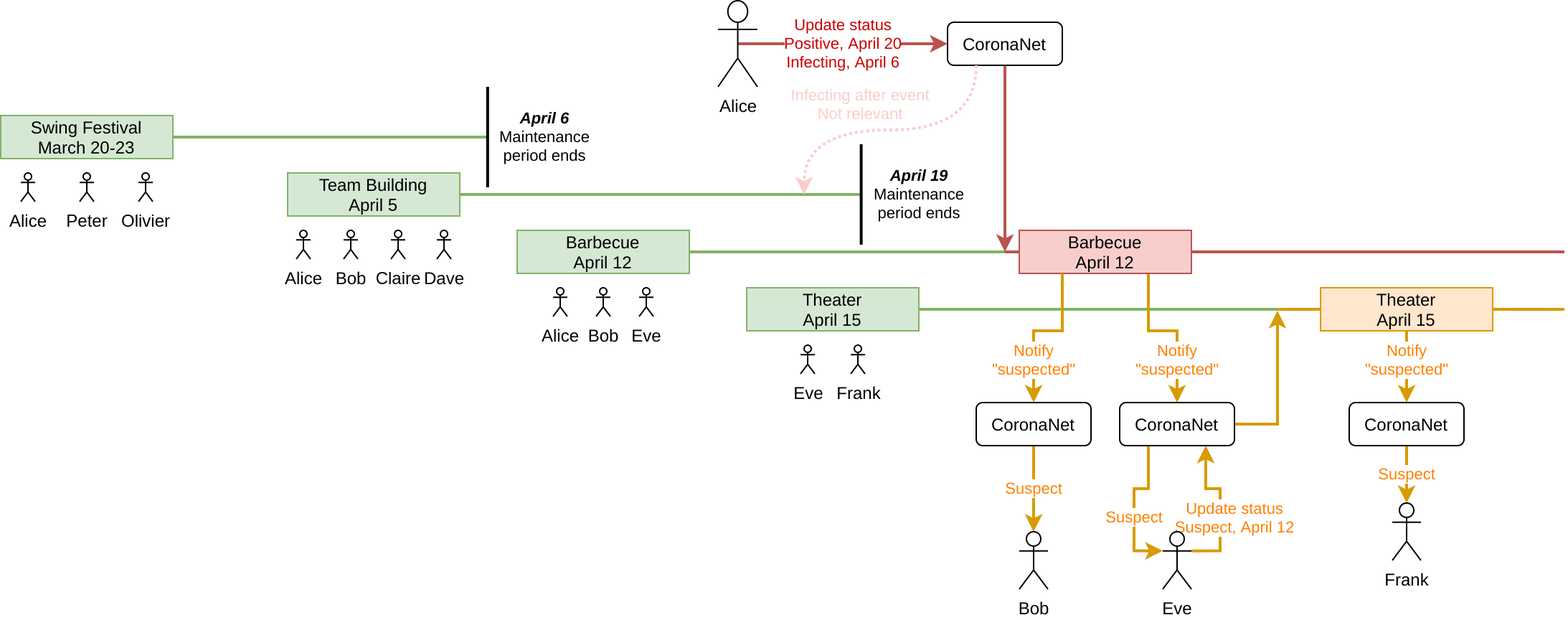
This is spec/images/events_cascade.png from coronanet/go-coronanet, a draw.io export, as it was before one commit. Source tidied: cells renumbered, new cells last; positions are measured from the earlier drawing's top-left corner, leaving out a move shared by most shapes.
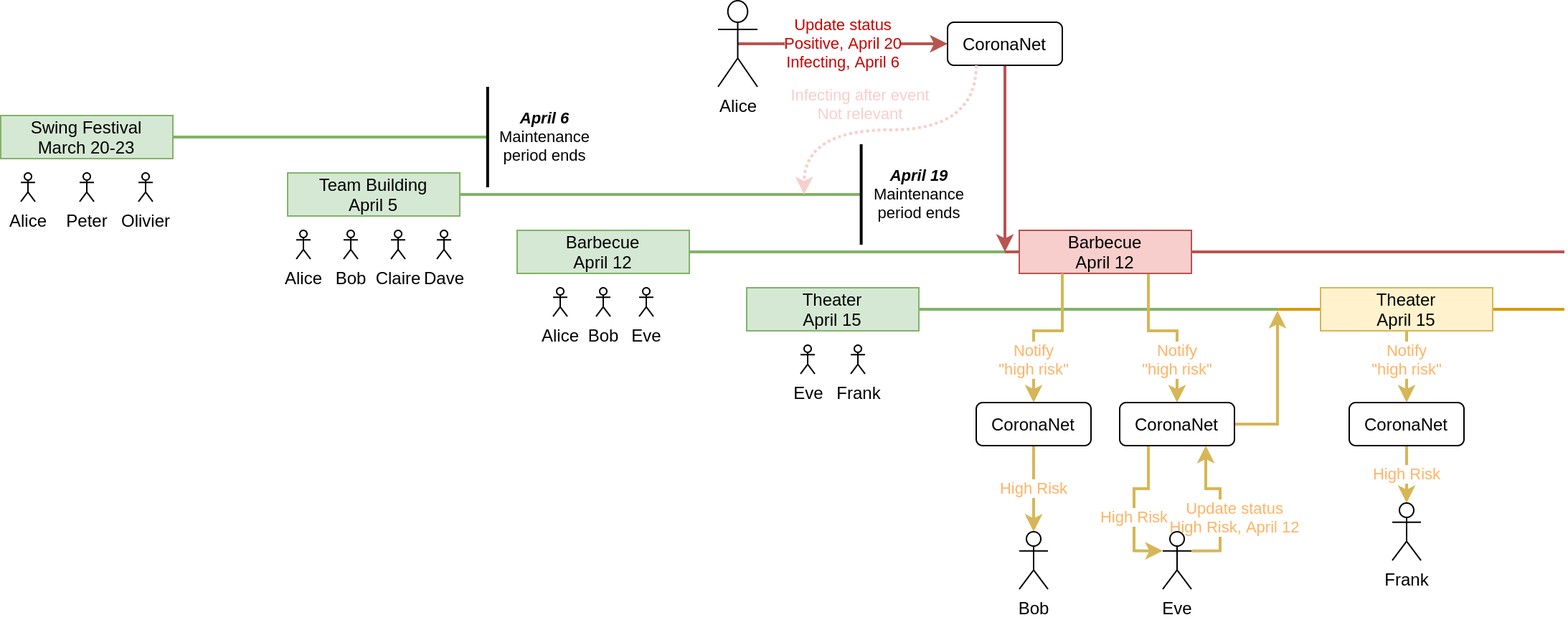
After the commit.

Change to the diagram source:
```diff
@@ -20,26 +20,26 @@
     <mxCell id="7" value="Theater&lt;br&gt;April 15" style="rounded=0;whiteSpace=wrap;html=1;fillColor=#d5e8d4;strokeColor=#82b366;" parent="1" vertex="1">
       <mxGeometry x="520" y="200" width="120" height="30" as="geometry" />
     </mxCell>
-    <mxCell id="8" style="endArrow=none;html=1;exitX=1;exitY=0.5;exitDx=0;exitDy=0;fillColor=#d5e8d4;strokeColor=#82b366;strokeWidth=2;" parent="1" edge="1" source="5">
-      <mxGeometry relative="1" as="geometry">
-        <mxPoint x="340" y="95" as="targetPoint" />
-      </mxGeometry>
-    </mxCell>
-    <mxCell id="9" style="endArrow=none;html=1;exitX=1;exitY=0.5;exitDx=0;exitDy=0;fillColor=#d5e8d4;strokeColor=#82b366;strokeWidth=2;" parent="1" edge="1" source="6">
-      <mxGeometry relative="1" as="geometry">
-        <mxPoint x="600" y="135" as="targetPoint" />
-      </mxGeometry>
-    </mxCell>
-    <mxCell id="10" style="endArrow=none;html=1;exitX=1;exitY=0.5;exitDx=0;exitDy=0;fillColor=#d5e8d4;strokeColor=#82b366;strokeWidth=2;" parent="1" edge="1" source="4">
-      <mxGeometry relative="1" as="geometry">
-        <mxPoint x="700" y="175" as="targetPoint" />
-      </mxGeometry>
-    </mxCell>
-    <mxCell id="11" style="endArrow=none;html=1;exitX=1;exitY=0.5;exitDx=0;exitDy=0;fillColor=#d5e8d4;strokeColor=#82b366;strokeWidth=2;" parent="1" edge="1" source="7">
-      <mxGeometry relative="1" as="geometry">
-        <mxPoint x="890" y="215" as="targetPoint" />
-      </mxGeometry>
-    </mxCell>
+    <mxCell id="49" style="endArrow=none;html=1;exitX=1;exitY=0.5;exitDx=0;exitDy=0;fillColor=#d5e8d4;strokeColor=#82b366;strokeWidth=2;" parent="1" edge="1" source="5">
+      <mxGeometry relative="1" as="geometry">
+        <mxPoint x="340" y="95" as="targetPoint" />
+      </mxGeometry>
+    </mxCell>
+    <mxCell id="50" style="endArrow=none;html=1;exitX=1;exitY=0.5;exitDx=0;exitDy=0;fillColor=#d5e8d4;strokeColor=#82b366;strokeWidth=2;" parent="1" edge="1" source="6">
+      <mxGeometry relative="1" as="geometry">
+        <mxPoint x="600" y="135" as="targetPoint" />
+      </mxGeometry>
+    </mxCell>
+    <mxCell id="51" style="endArrow=none;html=1;exitX=1;exitY=0.5;exitDx=0;exitDy=0;fillColor=#d5e8d4;strokeColor=#82b366;strokeWidth=2;" parent="1" edge="1" source="4">
+      <mxGeometry relative="1" as="geometry">
+        <mxPoint x="700" y="175" as="targetPoint" />
+      </mxGeometry>
+    </mxCell>
+    <mxCell id="52" style="endArrow=none;html=1;exitX=1;exitY=0.5;exitDx=0;exitDy=0;fillColor=#d5e8d4;strokeColor=#82b366;strokeWidth=2;" parent="1" edge="1" source="7">
+      <mxGeometry relative="1" as="geometry">
+        <mxPoint x="890" y="215" as="targetPoint" />
+      </mxGeometry>
+    </mxCell>
     <mxCell id="12" value="Alice" style="shape=umlActor;verticalLabelPosition=bottom;labelBackgroundColor=#ffffff;verticalAlign=top;html=1;" parent="1" vertex="1">
       <mxGeometry x="206" y="160" width="10" height="20" as="geometry" />
     </mxCell>
@@ -76,25 +76,25 @@
     <mxCell id="23" value="Alice" style="shape=umlActor;verticalLabelPosition=bottom;labelBackgroundColor=#ffffff;verticalAlign=top;html=1;outlineConnect=0;" parent="1" vertex="1">
       <mxGeometry x="500" width="27.5" height="60" as="geometry" />
     </mxCell>
-    <mxCell id="24" style="edgeStyle=orthogonalEdgeStyle;rounded=0;jettySize=auto;html=1;exitX=0.5;exitY=1;exitDx=0;exitDy=0;strokeWidth=2;fontColor=#FF8000;fillColor=#f8cecc;strokeColor=#b85450;" parent="1" edge="1" source="25">
-      <mxGeometry relative="1" as="geometry">
-        <mxPoint x="700" y="175" as="targetPoint" />
-      </mxGeometry>
-    </mxCell>
+    <mxCell id="53" style="edgeStyle=orthogonalEdgeStyle;rounded=0;jettySize=auto;html=1;exitX=0.5;exitY=1;exitDx=0;exitDy=0;strokeWidth=2;fontColor=#FF8000;fillColor=#f8cecc;strokeColor=#b85450;" parent="1" edge="1" source="25">
+      <mxGeometry relative="1" as="geometry">
+        <mxPoint x="700" y="175" as="targetPoint" />
+      </mxGeometry>
+    </mxCell>
     <mxCell id="25" value="CoronaNet" style="rounded=1;whiteSpace=wrap;html=1;" parent="1" vertex="1">
       <mxGeometry x="660" y="15" width="80" height="30" as="geometry" />
     </mxCell>
-    <mxCell id="26" style="edgeStyle=orthogonalEdgeStyle;rounded=0;jettySize=auto;html=1;exitX=0;exitY=0.5;exitDx=0;exitDy=0;strokeWidth=2;fontColor=#FF8000;fillColor=#f8cecc;strokeColor=#b85450;endArrow=none;endFill=0;" parent="1" edge="1" source="29">
-      <mxGeometry relative="1" as="geometry">
-        <mxPoint x="700" y="175" as="targetPoint" />
-      </mxGeometry>
-    </mxCell>
-    <mxCell id="27" style="edgeStyle=orthogonalEdgeStyle;rounded=0;jettySize=auto;html=1;exitX=1;exitY=0.5;exitDx=0;exitDy=0;endArrow=none;endFill=0;strokeWidth=2;fontColor=#FF8000;fillColor=#f8cecc;strokeColor=#b85450;" parent="1" edge="1" source="29">
-      <mxGeometry relative="1" as="geometry">
-        <mxPoint x="1090" y="175" as="targetPoint" />
-      </mxGeometry>
-    </mxCell>
+    <mxCell id="54" style="edgeStyle=orthogonalEdgeStyle;rounded=0;jettySize=auto;html=1;exitX=0;exitY=0.5;exitDx=0;exitDy=0;strokeWidth=2;fontColor=#FF8000;fillColor=#f8cecc;strokeColor=#b85450;endArrow=none;endFill=0;" parent="1" edge="1" source="29">
+      <mxGeometry relative="1" as="geometry">
+        <mxPoint x="700" y="175" as="targetPoint" />
+      </mxGeometry>
+    </mxCell>
+    <mxCell id="55" style="edgeStyle=orthogonalEdgeStyle;rounded=0;jettySize=auto;html=1;exitX=1;exitY=0.5;exitDx=0;exitDy=0;endArrow=none;endFill=0;strokeWidth=2;fontColor=#FF8000;fillColor=#f8cecc;strokeColor=#b85450;" parent="1" edge="1" source="29">
+      <mxGeometry relative="1" as="geometry">
+        <mxPoint x="1090" y="175" as="targetPoint" />
+      </mxGeometry>
+    </mxCell>
-    <mxCell id="28" value="Notify&lt;br&gt;&quot;suspected&quot;" style="edgeStyle=orthogonalEdgeStyle;rounded=0;jettySize=auto;html=1;exitX=0.75;exitY=1;exitDx=0;exitDy=0;entryX=0.5;entryY=0;entryDx=0;entryDy=0;endArrow=classic;endFill=1;strokeWidth=2;fontColor=#FF8000;fillColor=#ffe6cc;strokeColor=#d79b00;" parent="1" edge="1" source="29" target="34">
+    <mxCell id="28" value="Notify&lt;br&gt;&quot;high risk&quot;" style="edgeStyle=orthogonalEdgeStyle;rounded=0;jettySize=auto;html=1;exitX=0.75;exitY=1;exitDx=0;exitDy=0;entryX=0.5;entryY=0;entryDx=0;entryDy=0;endArrow=classic;endFill=1;strokeWidth=2;fontColor=#FFB366;fillColor=#fff2cc;strokeColor=#d6b656;" parent="1" edge="1" source="29" target="34">
       <mxGeometry x="0.45" relative="1" as="geometry">
         <Array as="points">
           <mxPoint x="800" y="230" />
@@ -105,58 +105,58 @@
     <mxCell id="29" value="Barbecue&lt;br&gt;April 12" style="rounded=0;whiteSpace=wrap;html=1;fillColor=#f8cecc;strokeColor=#b85450;" parent="1" vertex="1">
       <mxGeometry x="710" y="160" width="120" height="30" as="geometry" />
     </mxCell>
-    <mxCell id="30" value="Suspect" style="edgeStyle=orthogonalEdgeStyle;rounded=0;jettySize=auto;html=1;exitX=0.5;exitY=1;exitDx=0;exitDy=0;entryX=0.5;entryY=0;entryDx=0;entryDy=0;entryPerimeter=0;endArrow=classic;endFill=1;strokeWidth=2;fontColor=#FF8000;fillColor=#ffe6cc;strokeColor=#d79b00;" parent="1" edge="1" source="31" target="35">
+    <mxCell id="30" value="High Risk" style="edgeStyle=orthogonalEdgeStyle;rounded=0;jettySize=auto;html=1;exitX=0.5;exitY=1;exitDx=0;exitDy=0;entryX=0.5;entryY=0;entryDx=0;entryDy=0;entryPerimeter=0;endArrow=classic;endFill=1;strokeWidth=2;fontColor=#FFB366;fillColor=#fff2cc;strokeColor=#d6b656;" parent="1" edge="1" source="31" target="35">
       <mxGeometry relative="1" as="geometry" />
     </mxCell>
     <mxCell id="31" value="CoronaNet" style="rounded=1;whiteSpace=wrap;html=1;" parent="1" vertex="1">
       <mxGeometry x="680" y="280" width="80" height="30" as="geometry" />
     </mxCell>
-    <mxCell id="32" value="Suspect" style="edgeStyle=orthogonalEdgeStyle;rounded=0;jettySize=auto;html=1;exitX=0.25;exitY=1;exitDx=0;exitDy=0;entryX=0;entryY=0.3333333333333333;entryDx=0;entryDy=0;entryPerimeter=0;endArrow=classic;endFill=1;strokeWidth=2;fontColor=#FF8000;fillColor=#ffe6cc;strokeColor=#d79b00;" parent="1" edge="1" source="34" target="38">
+    <mxCell id="32" value="High Risk" style="edgeStyle=orthogonalEdgeStyle;rounded=0;jettySize=auto;html=1;exitX=0.25;exitY=1;exitDx=0;exitDy=0;entryX=0;entryY=0.3333333333333333;entryDx=0;entryDy=0;entryPerimeter=0;endArrow=classic;endFill=1;strokeWidth=2;fontColor=#FFB366;fillColor=#fff2cc;strokeColor=#d6b656;" parent="1" edge="1" source="34" target="38">
       <mxGeometry x="0.16" relative="1" as="geometry" />
     </mxCell>
-    <mxCell id="33" style="edgeStyle=orthogonalEdgeStyle;rounded=0;jettySize=auto;html=1;exitX=1;exitY=0.5;exitDx=0;exitDy=0;endArrow=classic;endFill=1;strokeWidth=2;fontColor=#FF8000;fillColor=#ffe6cc;strokeColor=#d79b00;" parent="1" edge="1" source="34">
-      <mxGeometry relative="1" as="geometry">
-        <mxPoint x="890" y="216" as="targetPoint" />
-      </mxGeometry>
-    </mxCell>
+    <mxCell id="56" style="edgeStyle=orthogonalEdgeStyle;rounded=0;jettySize=auto;html=1;exitX=1;exitY=0.5;exitDx=0;exitDy=0;endArrow=classic;endFill=1;strokeWidth=2;fontColor=#FF8000;fillColor=#fff2cc;strokeColor=#d6b656;" parent="1" edge="1" source="34">
+      <mxGeometry relative="1" as="geometry">
+        <mxPoint x="890" y="216" as="targetPoint" />
+      </mxGeometry>
+    </mxCell>
     <mxCell id="34" value="CoronaNet" style="rounded=1;whiteSpace=wrap;html=1;" parent="1" vertex="1">
       <mxGeometry x="780" y="280" width="80" height="30" as="geometry" />
     </mxCell>
     <mxCell id="35" value="Bob" style="shape=umlActor;verticalLabelPosition=bottom;labelBackgroundColor=#ffffff;verticalAlign=top;html=1;outlineConnect=0;" parent="1" vertex="1">
       <mxGeometry x="710" y="370" width="20" height="40" as="geometry" />
     </mxCell>
-    <mxCell id="36" value="Notify&lt;br&gt;&quot;suspected&quot;" style="edgeStyle=orthogonalEdgeStyle;rounded=0;jettySize=auto;html=1;entryX=0.5;entryY=0;entryDx=0;entryDy=0;endArrow=classic;endFill=1;strokeWidth=2;fontColor=#FF8000;fillColor=#ffe6cc;strokeColor=#d79b00;" parent="1" edge="1" target="31">
-      <mxGeometry x="0.45" relative="1" as="geometry">
-        <mxPoint x="740" y="190" as="sourcePoint" />
-        <Array as="points">
-          <mxPoint x="740" y="230" />
-          <mxPoint x="720" y="230" />
-        </Array>
-      </mxGeometry>
-    </mxCell>
+    <mxCell id="57" value="Notify&lt;br&gt;&quot;high risk&quot;" style="edgeStyle=orthogonalEdgeStyle;rounded=0;jettySize=auto;html=1;entryX=0.5;entryY=0;entryDx=0;entryDy=0;endArrow=classic;endFill=1;strokeWidth=2;fontColor=#FFB366;fillColor=#fff2cc;strokeColor=#d6b656;" parent="1" edge="1" target="31">
+      <mxGeometry x="0.45" relative="1" as="geometry">
+        <mxPoint x="740" y="190" as="sourcePoint" />
+        <Array as="points">
+          <mxPoint x="740" y="230" />
+          <mxPoint x="720" y="230" />
+        </Array>
+      </mxGeometry>
+    </mxCell>
-    <mxCell id="37" value="Update status&lt;br&gt;Suspect, April 12" style="edgeStyle=orthogonalEdgeStyle;rounded=0;jettySize=auto;html=1;exitX=1;exitY=0.3333333333333333;exitDx=0;exitDy=0;exitPerimeter=0;entryX=0.75;entryY=1;entryDx=0;entryDy=0;endArrow=classic;endFill=1;strokeWidth=2;fontColor=#FF8000;fillColor=#ffe6cc;strokeColor=#d79b00;" parent="1" edge="1" source="38" target="34">
+    <mxCell id="37" value="Update status&lt;br&gt;High Risk, April 12" style="edgeStyle=orthogonalEdgeStyle;rounded=0;jettySize=auto;html=1;exitX=1;exitY=0.3333333333333333;exitDx=0;exitDy=0;exitPerimeter=0;entryX=0.75;entryY=1;entryDx=0;entryDy=0;endArrow=classic;endFill=1;strokeWidth=2;fontColor=#FFB366;fillColor=#fff2cc;strokeColor=#d6b656;" parent="1" edge="1" source="38" target="34">
       <mxGeometry x="-0.16" y="-10" relative="1" as="geometry" />
     </mxCell>
     <mxCell id="38" value="Eve" style="shape=umlActor;verticalLabelPosition=bottom;labelBackgroundColor=#ffffff;verticalAlign=top;html=1;outlineConnect=0;" parent="1" vertex="1">
       <mxGeometry x="810" y="370" width="20" height="40" as="geometry" />
     </mxCell>
-    <mxCell id="39" value="&lt;font color=&quot;#ff8000&quot;&gt;Notify&lt;br&gt;&quot;suspected&quot;&lt;/font&gt;" style="edgeStyle=orthogonalEdgeStyle;rounded=0;jettySize=auto;html=1;exitX=0.5;exitY=1;exitDx=0;exitDy=0;entryX=0.5;entryY=0;entryDx=0;entryDy=0;endArrow=classic;endFill=1;strokeWidth=2;fontColor=#CC0000;fillColor=#ffe6cc;strokeColor=#d79b00;" parent="1" edge="1" source="42" target="44">
+    <mxCell id="39" value="&lt;font&gt;Notify&lt;br&gt;&quot;high risk&quot;&lt;/font&gt;" style="edgeStyle=orthogonalEdgeStyle;rounded=0;jettySize=auto;html=1;exitX=0.5;exitY=1;exitDx=0;exitDy=0;entryX=0.5;entryY=0;entryDx=0;entryDy=0;endArrow=classic;endFill=1;strokeWidth=2;fontColor=#FFB366;fillColor=#fff2cc;strokeColor=#d6b656;" parent="1" edge="1" source="42" target="44">
       <mxGeometry x="-0.2" relative="1" as="geometry" />
     </mxCell>
-    <mxCell id="40" style="edgeStyle=orthogonalEdgeStyle;rounded=0;jettySize=auto;html=1;exitX=0;exitY=0.5;exitDx=0;exitDy=0;endArrow=none;endFill=0;strokeWidth=2;fontColor=#FF8000;fillColor=#ffe6cc;strokeColor=#d79b00;" parent="1" edge="1" source="42">
-      <mxGeometry relative="1" as="geometry">
-        <mxPoint x="890" y="215" as="targetPoint" />
-      </mxGeometry>
-    </mxCell>
-    <mxCell id="41" style="edgeStyle=orthogonalEdgeStyle;rounded=0;jettySize=auto;html=1;exitX=1;exitY=0.5;exitDx=0;exitDy=0;endArrow=none;endFill=0;strokeWidth=2;fontColor=#FF8000;fillColor=#ffe6cc;strokeColor=#d79b00;" parent="1" edge="1" source="42">
-      <mxGeometry relative="1" as="geometry">
-        <mxPoint x="1090" y="215" as="targetPoint" />
-      </mxGeometry>
-    </mxCell>
+    <mxCell id="58" style="edgeStyle=orthogonalEdgeStyle;rounded=0;jettySize=auto;html=1;exitX=0;exitY=0.5;exitDx=0;exitDy=0;endArrow=none;endFill=0;strokeWidth=2;fontColor=#FF8000;fillColor=#ffe6cc;strokeColor=#d79b00;" parent="1" edge="1" source="42">
+      <mxGeometry relative="1" as="geometry">
+        <mxPoint x="890" y="215" as="targetPoint" />
+      </mxGeometry>
+    </mxCell>
+    <mxCell id="59" style="edgeStyle=orthogonalEdgeStyle;rounded=0;jettySize=auto;html=1;exitX=1;exitY=0.5;exitDx=0;exitDy=0;endArrow=none;endFill=0;strokeWidth=2;fontColor=#FF8000;fillColor=#ffe6cc;strokeColor=#d79b00;" parent="1" edge="1" source="42">
+      <mxGeometry relative="1" as="geometry">
+        <mxPoint x="1090" y="215" as="targetPoint" />
+      </mxGeometry>
+    </mxCell>
-    <mxCell id="42" value="Theater&lt;br&gt;April 15" style="rounded=0;whiteSpace=wrap;html=1;fillColor=#ffe6cc;strokeColor=#d79b00;" parent="1" vertex="1">
+    <mxCell id="42" value="Theater&lt;br&gt;April 15" style="rounded=0;whiteSpace=wrap;html=1;fillColor=#fff2cc;strokeColor=#d6b656;" parent="1" vertex="1">
       <mxGeometry x="920" y="200" width="120" height="30" as="geometry" />
     </mxCell>
-    <mxCell id="43" value="Suspect" style="edgeStyle=orthogonalEdgeStyle;rounded=0;jettySize=auto;html=1;exitX=0.5;exitY=1;exitDx=0;exitDy=0;entryX=0.5;entryY=0;entryDx=0;entryDy=0;entryPerimeter=0;endArrow=classic;endFill=1;strokeWidth=2;fontColor=#FF8000;fillColor=#ffe6cc;strokeColor=#d79b00;" parent="1" edge="1" source="44" target="45">
+    <mxCell id="43" value="High Risk" style="edgeStyle=orthogonalEdgeStyle;rounded=0;jettySize=auto;html=1;exitX=0.5;exitY=1;exitDx=0;exitDy=0;entryX=0.5;entryY=0;entryDx=0;entryDy=0;entryPerimeter=0;endArrow=classic;endFill=1;strokeWidth=2;fontColor=#FFB366;fillColor=#fff2cc;strokeColor=#d6b656;" parent="1" edge="1" source="44" target="45">
       <mxGeometry relative="1" as="geometry" />
     </mxCell>
     <mxCell id="44" value="CoronaNet" style="rounded=1;whiteSpace=wrap;html=1;" parent="1" vertex="1">
```
